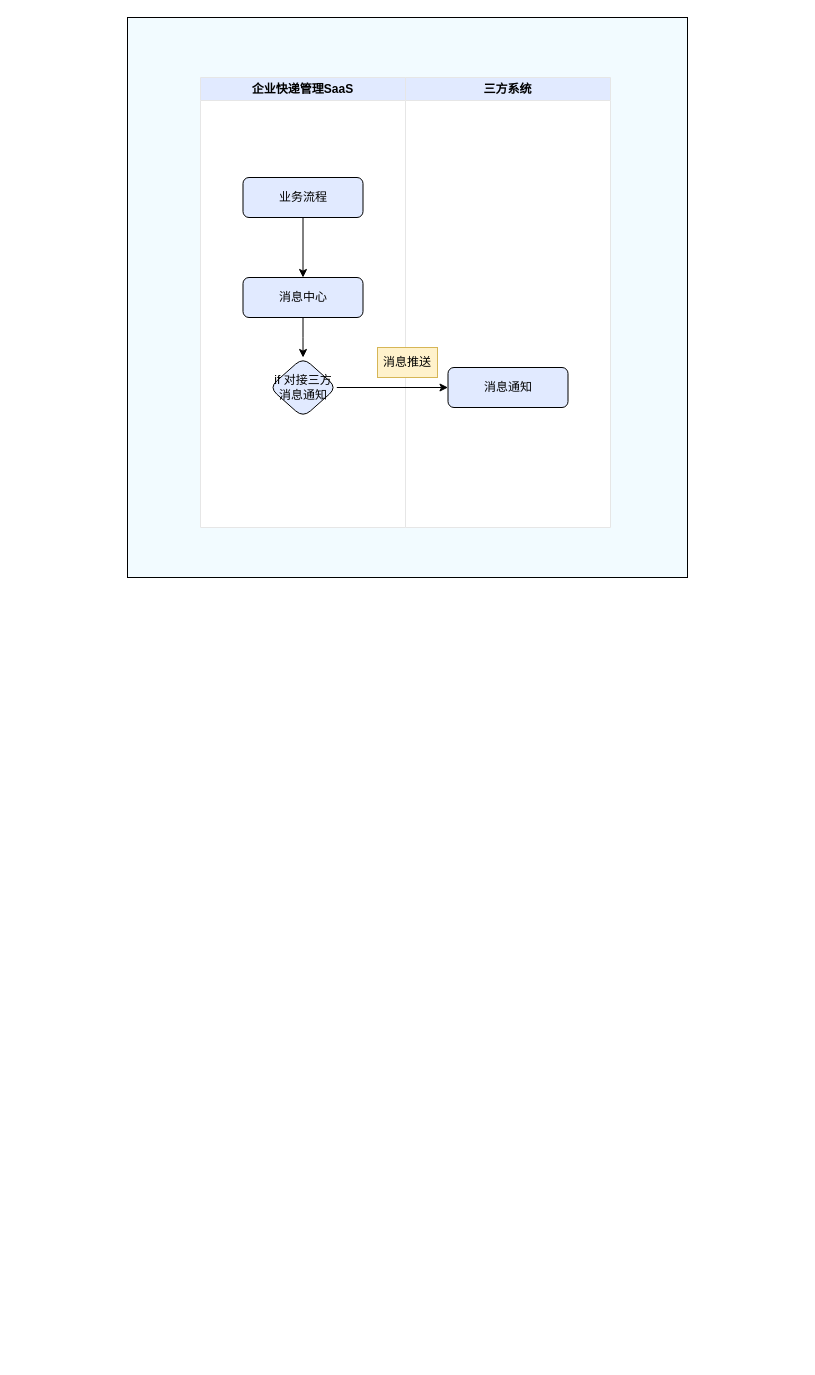
Above: page "消息推送集成" (5 of 5) of 天合光能.drawio in Lauyoo/huimieba (draw.io), before the change. Source tidied: cells renumbered, new cells numbered last; positions are measured from the earlier drawing's top-left corner, leaving out a move shared by most shapes. Both pictures are drawn from the tidied source at 100%, with x=0, y=0 at pixel (127, 17).
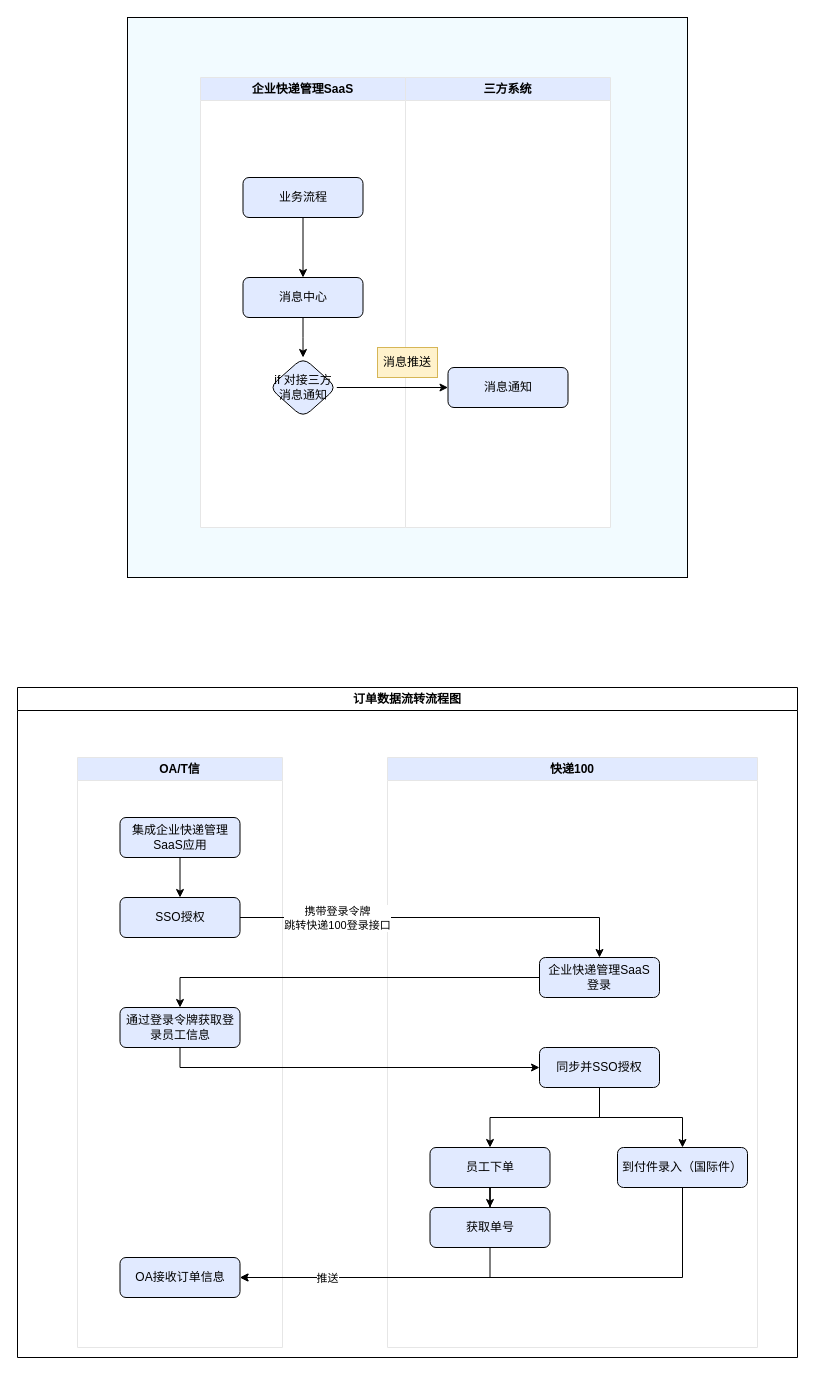
After the change.

Commit message:
更新天合光能.drawio

The edit, as a diff of the source:
```diff
@@
+    <mxCell id="13" value="OA/T信" style="swimlane;whiteSpace=wrap;html=1;fillColor=#e1eaff;strokeColor=#E6E6E6;swimlaneFillColor=#FFFFFF;" parent="1" vertex="1">
+      <mxGeometry x="-50" y="740" width="205" height="590" as="geometry" />
+    </mxCell>
+    <mxCell id="14" style="edgeStyle=orthogonalEdgeStyle;rounded=0;jettySize=auto;html=1;exitX=0.5;exitY=1;exitDx=0;exitDy=0;entryX=0.5;entryY=0;entryDx=0;entryDy=0;" parent="13" edge="1" source="15" target="16">
+      <mxGeometry relative="1" as="geometry" />
+    </mxCell>
+    <mxCell id="15" value="集成企业快递管理SaaS应用" style="rounded=1;whiteSpace=wrap;html=1;fillColor=#e1eaff;" parent="13" vertex="1">
+      <mxGeometry x="42.5" y="60" width="120" height="40" as="geometry" />
+    </mxCell>
+    <mxCell id="16" value="SSO授权" style="rounded=1;whiteSpace=wrap;html=1;fillColor=#e1eaff;" parent="13" vertex="1">
+      <mxGeometry x="42.5" y="140" width="120" height="40" as="geometry" />
+    </mxCell>
+    <mxCell id="17" value="通过登录令牌获取登录员工信息" style="rounded=1;whiteSpace=wrap;html=1;fillColor=#e1eaff;" parent="13" vertex="1">
+      <mxGeometry x="42.5" y="250" width="120" height="40" as="geometry" />
+    </mxCell>
+    <mxCell id="18" value="OA接收订单信息" style="rounded=1;whiteSpace=wrap;html=1;fillColor=#e1eaff;" parent="13" vertex="1">
+      <mxGeometry x="42.5" y="500" width="120" height="40" as="geometry" />
+    </mxCell>
+    <mxCell id="19" value="快递100" style="swimlane;whiteSpace=wrap;html=1;fillColor=#e1eaff;strokeColor=#E6E6E6;swimlaneFillColor=#FFFFFF;" parent="1" vertex="1">
+      <mxGeometry x="260" y="740" width="370" height="590" as="geometry" />
+    </mxCell>
+    <mxCell id="20" value="企业快递管理SaaS&lt;br&gt;登录" style="rounded=1;whiteSpace=wrap;html=1;fillColor=#e1eaff;" parent="19" vertex="1">
+      <mxGeometry x="152" y="200" width="120" height="40" as="geometry" />
+    </mxCell>
+    <mxCell id="21" style="edgeStyle=orthogonalEdgeStyle;rounded=0;jettySize=auto;html=1;exitX=0.5;exitY=1;exitDx=0;exitDy=0;" parent="19" edge="1" source="22" target="23">
+      <mxGeometry relative="1" as="geometry" />
+    </mxCell>
+    <mxCell id="22" value="员工下单" style="rounded=1;whiteSpace=wrap;html=1;fillColor=#e1eaff;" parent="19" vertex="1">
+      <mxGeometry x="42.5" y="390" width="120" height="40" as="geometry" />
+    </mxCell>
+    <mxCell id="23" value="获取单号" style="rounded=1;whiteSpace=wrap;html=1;fillColor=#e1eaff;" parent="19" vertex="1">
+      <mxGeometry x="42.5" y="450" width="120" height="40" as="geometry" />
+    </mxCell>
+    <mxCell id="24" style="edgeStyle=orthogonalEdgeStyle;rounded=0;jettySize=auto;html=1;exitX=0.5;exitY=1;exitDx=0;exitDy=0;entryX=0.5;entryY=0;entryDx=0;entryDy=0;" parent="19" edge="1" source="26" target="22">
+      <mxGeometry relative="1" as="geometry" />
+    </mxCell>
+    <mxCell id="25" style="edgeStyle=orthogonalEdgeStyle;rounded=0;jettySize=auto;html=1;exitX=0.5;exitY=1;exitDx=0;exitDy=0;entryX=0.5;entryY=0;entryDx=0;entryDy=0;" parent="19" edge="1" source="26" target="27">
+      <mxGeometry relative="1" as="geometry" />
+    </mxCell>
+    <mxCell id="26" value="同步并SSO授权" style="rounded=1;whiteSpace=wrap;html=1;fillColor=#e1eaff;" parent="19" vertex="1">
+      <mxGeometry x="152" y="290" width="120" height="40" as="geometry" />
+    </mxCell>
+    <mxCell id="27" value="到付件录入（国际件）" style="rounded=1;whiteSpace=wrap;html=1;fillColor=#e1eaff;" parent="19" vertex="1">
+      <mxGeometry x="230" y="390" width="130" height="40" as="geometry" />
+    </mxCell>
+    <mxCell id="28" style="edgeStyle=orthogonalEdgeStyle;rounded=0;jettySize=auto;html=1;exitX=1;exitY=0.5;exitDx=0;exitDy=0;entryX=0.5;entryY=0;entryDx=0;entryDy=0;" parent="1" edge="1" source="16" target="20">
+      <mxGeometry relative="1" as="geometry" />
+    </mxCell>
+    <mxCell id="29" value="携带登录令牌&lt;br&gt;跳转快递100登录接口" style="edgeLabel;html=1;align=center;verticalAlign=middle;" parent="28" vertex="1">
+      <mxGeometry x="-0.16" y="1" relative="1" as="geometry">
+        <mxPoint x="-71" y="1" as="offset" />
+      </mxGeometry>
+    </mxCell>
+    <mxCell id="30" style="edgeStyle=orthogonalEdgeStyle;rounded=0;jettySize=auto;html=1;exitX=0;exitY=0.5;exitDx=0;exitDy=0;" parent="1" edge="1" source="20" target="17">
+      <mxGeometry relative="1" as="geometry" />
+    </mxCell>
+    <mxCell id="31" style="edgeStyle=orthogonalEdgeStyle;rounded=0;jettySize=auto;html=1;exitX=0.5;exitY=1;exitDx=0;exitDy=0;entryX=0;entryY=0.5;entryDx=0;entryDy=0;" parent="1" edge="1" source="17" target="26">
+      <mxGeometry relative="1" as="geometry" />
+    </mxCell>
+    <mxCell id="32" style="edgeStyle=orthogonalEdgeStyle;rounded=0;jettySize=auto;html=1;exitX=0.5;exitY=1;exitDx=0;exitDy=0;entryX=1;entryY=0.5;entryDx=0;entryDy=0;" parent="1" edge="1" source="23" target="18">
+      <mxGeometry relative="1" as="geometry" />
+    </mxCell>
+    <mxCell id="33" style="edgeStyle=orthogonalEdgeStyle;rounded=0;jettySize=auto;html=1;exitX=0.5;exitY=1;exitDx=0;exitDy=0;entryX=1;entryY=0.5;entryDx=0;entryDy=0;" parent="1" edge="1" source="27" target="18">
+      <mxGeometry relative="1" as="geometry" />
+    </mxCell>
+    <mxCell id="34" value="推送" style="edgeLabel;html=1;align=center;verticalAlign=middle;" parent="33" vertex="1">
+      <mxGeometry x="0.59" relative="1" as="geometry">
+        <mxPoint x="-23" as="offset" />
+      </mxGeometry>
+    </mxCell>
+    <mxCell id="35" value="订单数据流转流程图" style="swimlane;whiteSpace=wrap;html=1;" parent="1" vertex="1">
+      <mxGeometry x="-110" y="670" width="780" height="670" as="geometry" />
+    </mxCell>
```
